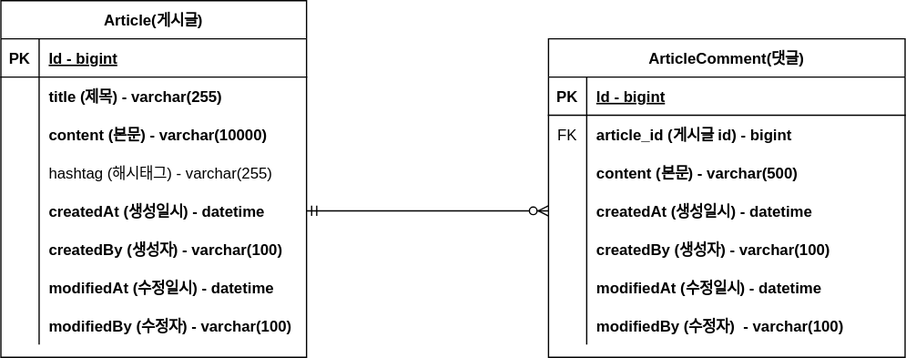
This is document/project-board-erd.svg from oyoungsun/fastcampus-project-board-1, a draw.io export, as it was before one commit. Source tidied: cells renumbered, new cells last; positions are measured from the earlier drawing's top-left corner, leaving out a move shared by most shapes.
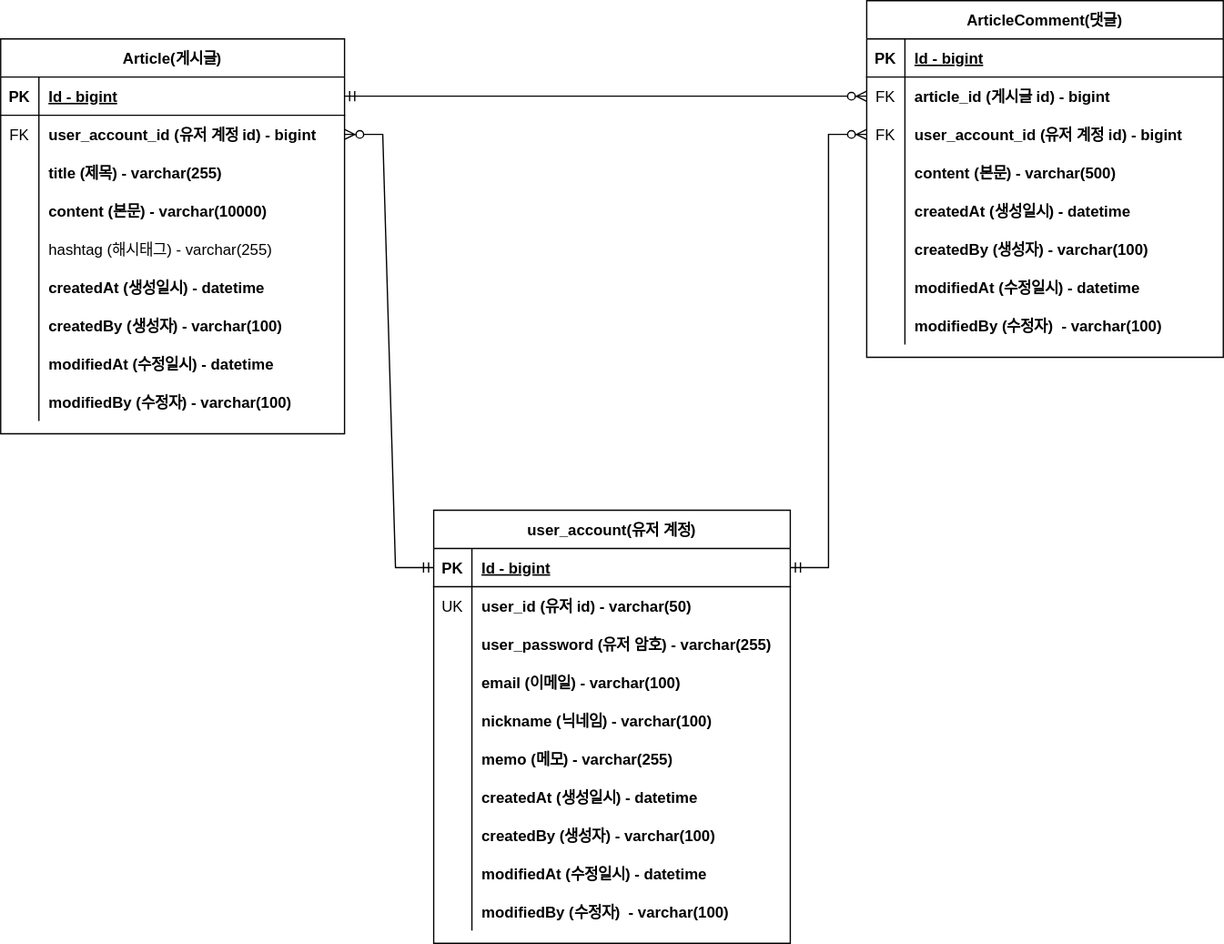
The same diagram one commit later.

Commit message:
#16 - ERD 유저계정 추가 : project-board-erd.svg

The edit, as a diff of the source:
```diff
@@ -3,82 +3,91 @@
     <mxCell id="0" />
     <mxCell id="1" parent="0" />
     <mxCell id="2" value="Article(게시글)" style="shape=table;startSize=30;rowLines=0;fontStyle=1;align=center;" parent="1" vertex="1">
-      <mxGeometry width="240" height="280" as="geometry" />
+      <mxGeometry x="-220" y="-30" width="270" height="310" as="geometry" />
     </mxCell>
     <mxCell id="3" style="shape=tableRow;horizontal=0;startSize=0;swimlaneHead=0;swimlaneBody=0;fillColor=none;points=[[0,0.5],[1,0.5]];portConstraint=eastwest;top=0;left=0;right=0;bottom=1;" parent="2" vertex="1">
-      <mxGeometry y="30" width="240" height="30" as="geometry" />
+      <mxGeometry y="30" width="270" height="30" as="geometry" />
     </mxCell>
     <mxCell id="4" value="PK" style="shape=partialRectangle;fillColor=none;top=0;left=0;bottom=0;right=0;fontStyle=1;overflow=hidden;" parent="3" vertex="1">
       <mxGeometry width="30" height="30" as="geometry" />
     </mxCell>
     <mxCell id="5" value="Id - bigint" style="shape=partialRectangle;fillColor=none;top=0;left=0;bottom=0;right=0;align=left;spacingLeft=6;fontStyle=5;overflow=hidden;" parent="3" vertex="1">
-      <mxGeometry x="30" width="210" height="30" as="geometry" />
+      <mxGeometry x="30" width="240" height="30" as="geometry" />
     </mxCell>
+    <mxCell id="50" style="shape=tableRow;horizontal=0;startSize=0;swimlaneHead=0;swimlaneBody=0;fillColor=none;points=[[0,0.5],[1,0.5]];portConstraint=eastwest;top=0;left=0;right=0;bottom=0;" parent="2" vertex="1">
+      <mxGeometry y="60" width="270" height="30" as="geometry" />
+    </mxCell>
+    <mxCell id="51" value="FK" style="shape=partialRectangle;fillColor=none;top=0;left=0;bottom=0;right=0;overflow=hidden;" parent="50" vertex="1">
+      <mxGeometry width="30" height="30" as="geometry" />
+    </mxCell>
+    <mxCell id="52" value="user_account_id (유저 계정 id) - bigint" style="shape=partialRectangle;fillColor=none;top=0;left=0;bottom=0;right=0;align=left;spacingLeft=6;overflow=hidden;fontStyle=1;" parent="50" vertex="1">
+      <mxGeometry x="30" width="240" height="30" as="geometry" />
+    </mxCell>
     <mxCell id="6" style="shape=tableRow;horizontal=0;startSize=0;swimlaneHead=0;swimlaneBody=0;fillColor=none;top=0;left=0;right=0;bottom=0;" parent="2" vertex="1">
-      <mxGeometry y="60" width="240" height="30" as="geometry" />
+      <mxGeometry y="90" width="270" height="30" as="geometry" />
     </mxCell>
     <mxCell id="7" style="shape=partialRectangle;fillColor=none;top=0;left=0;bottom=0;right=0;overflow=hidden;" parent="6" vertex="1">
       <mxGeometry width="30" height="30" as="geometry" />
     </mxCell>
     <mxCell id="8" value="title (제목) - varchar(255)" style="shape=partialRectangle;fillColor=none;top=0;left=0;bottom=0;right=0;align=left;spacingLeft=6;overflow=hidden;fontStyle=1;" parent="6" vertex="1">
-      <mxGeometry x="30" width="210" height="30" as="geometry" />
+      <mxGeometry x="30" width="240" height="30" as="geometry" />
     </mxCell>
     <mxCell id="9" style="shape=tableRow;horizontal=0;startSize=0;swimlaneHead=0;swimlaneBody=0;fillColor=none;top=0;left=0;right=0;bottom=0;" parent="2" vertex="1">
-      <mxGeometry y="90" width="240" height="30" as="geometry" />
+      <mxGeometry y="120" width="270" height="30" as="geometry" />
     </mxCell>
     <mxCell id="10" style="shape=partialRectangle;fillColor=none;top=0;left=0;bottom=0;right=0;overflow=hidden;" parent="9" vertex="1">
       <mxGeometry width="30" height="30" as="geometry" />
     </mxCell>
     <mxCell id="11" value="content (본문) - varchar(10000)" style="shape=partialRectangle;fillColor=none;top=0;left=0;bottom=0;right=0;align=left;spacingLeft=6;overflow=hidden;fontStyle=1;" parent="9" vertex="1">
-      <mxGeometry x="30" width="210" height="30" as="geometry" />
+      <mxGeometry x="30" width="240" height="30" as="geometry" />
     </mxCell>
     <mxCell id="12" style="shape=tableRow;horizontal=0;startSize=0;swimlaneHead=0;swimlaneBody=0;fillColor=none;top=0;left=0;right=0;bottom=0;" parent="2" vertex="1">
-      <mxGeometry y="120" width="240" height="30" as="geometry" />
+      <mxGeometry y="150" width="270" height="30" as="geometry" />
     </mxCell>
     <mxCell id="13" style="shape=partialRectangle;fillColor=none;top=0;left=0;bottom=0;right=0;overflow=hidden;" parent="12" vertex="1">
       <mxGeometry width="30" height="30" as="geometry" />
     </mxCell>
     <mxCell id="14" value="hashtag (해시태그) - varchar(255)" style="shape=partialRectangle;fillColor=none;top=0;left=0;bottom=0;right=0;align=left;spacingLeft=6;overflow=hidden;" parent="12" vertex="1">
-      <mxGeometry x="30" width="210" height="30" as="geometry" />
+      <mxGeometry x="30" width="240" height="30" as="geometry" />
     </mxCell>
     <mxCell id="15" style="shape=tableRow;horizontal=0;startSize=0;swimlaneHead=0;swimlaneBody=0;fillColor=none;points=[[0,0.5],[1,0.5]];portConstraint=eastwest;top=0;left=0;right=0;bottom=0;" parent="2" vertex="1">
-      <mxGeometry y="150" width="240" height="30" as="geometry" />
+      <mxGeometry y="180" width="270" height="30" as="geometry" />
     </mxCell>
     <mxCell id="16" style="shape=partialRectangle;fillColor=none;top=0;left=0;bottom=0;right=0;overflow=hidden;" parent="15" vertex="1">
       <mxGeometry width="30" height="30" as="geometry" />
     </mxCell>
     <mxCell id="17" value="createdAt (생성일시) - datetime" style="shape=partialRectangle;fillColor=none;top=0;left=0;bottom=0;right=0;align=left;spacingLeft=6;overflow=hidden;fontStyle=1;" parent="15" vertex="1">
-      <mxGeometry x="30" width="210" height="30" as="geometry" />
+      <mxGeometry x="30" width="240" height="30" as="geometry" />
     </mxCell>
     <mxCell id="18" style="shape=tableRow;horizontal=0;startSize=0;swimlaneHead=0;swimlaneBody=0;fillColor=none;top=0;left=0;right=0;bottom=0;" parent="2" vertex="1">
-      <mxGeometry y="180" width="240" height="30" as="geometry" />
+      <mxGeometry y="210" width="270" height="30" as="geometry" />
     </mxCell>
     <mxCell id="19" style="shape=partialRectangle;fillColor=none;top=0;left=0;bottom=0;right=0;overflow=hidden;" parent="18" vertex="1">
       <mxGeometry width="30" height="30" as="geometry" />
     </mxCell>
     <mxCell id="20" value="createdBy (생성자) - varchar(100)" style="shape=partialRectangle;fillColor=none;top=0;left=0;bottom=0;right=0;align=left;spacingLeft=6;overflow=hidden;fontStyle=1;" parent="18" vertex="1">
-      <mxGeometry x="30" width="210" height="30" as="geometry" />
+      <mxGeometry x="30" width="240" height="30" as="geometry" />
     </mxCell>
     <mxCell id="21" style="shape=tableRow;horizontal=0;startSize=0;swimlaneHead=0;swimlaneBody=0;fillColor=none;top=0;left=0;right=0;bottom=0;" parent="2" vertex="1">
-      <mxGeometry y="210" width="240" height="30" as="geometry" />
+      <mxGeometry y="240" width="270" height="30" as="geometry" />
     </mxCell>
     <mxCell id="22" style="shape=partialRectangle;fillColor=none;top=0;left=0;bottom=0;right=0;overflow=hidden;" parent="21" vertex="1">
       <mxGeometry width="30" height="30" as="geometry" />
     </mxCell>
     <mxCell id="23" value="modifiedAt (수정일시) - datetime" style="shape=partialRectangle;fillColor=none;top=0;left=0;bottom=0;right=0;align=left;spacingLeft=6;overflow=hidden;fontStyle=1;" parent="21" vertex="1">
-      <mxGeometry x="30" width="210" height="30" as="geometry" />
+      <mxGeometry x="30" width="240" height="30" as="geometry" />
     </mxCell>
     <mxCell id="24" style="shape=tableRow;horizontal=0;startSize=0;swimlaneHead=0;swimlaneBody=0;fillColor=none;top=0;left=0;right=0;bottom=0;" parent="2" vertex="1">
-      <mxGeometry y="240" width="240" height="30" as="geometry" />
+      <mxGeometry y="270" width="270" height="30" as="geometry" />
     </mxCell>
     <mxCell id="25" style="shape=partialRectangle;fillColor=none;top=0;left=0;bottom=0;right=0;overflow=hidden;" parent="24" vertex="1">
       <mxGeometry width="30" height="30" as="geometry" />
     </mxCell>
     <mxCell id="26" value="modifiedBy (수정자) - varchar(100)" style="shape=partialRectangle;fillColor=none;top=0;left=0;bottom=0;right=0;align=left;spacingLeft=6;overflow=hidden;fontStyle=1;" parent="24" vertex="1">
-      <mxGeometry x="30" width="210" height="30" as="geometry" />
+      <mxGeometry x="30" width="240" height="30" as="geometry" />
     </mxCell>
     <mxCell id="27" value="ArticleComment(댓글)" style="shape=table;startSize=30;rowLines=0;fontStyle=1;align=center;" parent="1" vertex="1">
-      <mxGeometry x="430" y="30" width="280" height="250" as="geometry" />
+      <mxGeometry x="460" y="-60" width="280" height="280" as="geometry" />
     </mxCell>
     <mxCell id="28" style="shape=tableRow;horizontal=0;startSize=0;swimlaneHead=0;swimlaneBody=0;fillColor=none;top=0;left=0;right=0;bottom=1;" parent="27" vertex="1">
       <mxGeometry y="30" width="280" height="30" as="geometry" />
@@ -98,8 +107,17 @@
     <mxCell id="33" value="article_id (게시글 id) - bigint" style="shape=partialRectangle;fillColor=none;top=0;left=0;bottom=0;right=0;align=left;spacingLeft=6;overflow=hidden;fontStyle=1;" parent="31" vertex="1">
       <mxGeometry x="30" width="250" height="30" as="geometry" />
     </mxCell>
+    <mxCell id="53" style="shape=tableRow;horizontal=0;startSize=0;swimlaneHead=0;swimlaneBody=0;fillColor=none;points=[[0,0.5],[1,0.5]];portConstraint=eastwest;top=0;left=0;right=0;bottom=0;" parent="27" vertex="1">
+      <mxGeometry y="90" width="280" height="30" as="geometry" />
+    </mxCell>
+    <mxCell id="54" value="FK" style="shape=partialRectangle;fillColor=none;top=0;left=0;bottom=0;right=0;overflow=hidden;" parent="53" vertex="1">
+      <mxGeometry width="30" height="30" as="geometry" />
+    </mxCell>
+    <mxCell id="55" value="user_account_id (유저 계정 id) - bigint" style="shape=partialRectangle;fillColor=none;top=0;left=0;bottom=0;right=0;align=left;spacingLeft=6;overflow=hidden;fontStyle=1;" parent="53" vertex="1">
+      <mxGeometry x="30" width="250" height="30" as="geometry" />
+    </mxCell>
     <mxCell id="34" style="shape=tableRow;horizontal=0;startSize=0;swimlaneHead=0;swimlaneBody=0;fillColor=none;top=0;left=0;right=0;bottom=0;" parent="27" vertex="1">
-      <mxGeometry y="90" width="280" height="30" as="geometry" />
+      <mxGeometry y="120" width="280" height="30" as="geometry" />
     </mxCell>
     <mxCell id="35" style="shape=partialRectangle;fillColor=none;top=0;left=0;bottom=0;right=0;overflow=hidden;" parent="34" vertex="1">
       <mxGeometry width="30" height="30" as="geometry" />
@@ -108,7 +126,7 @@
       <mxGeometry x="30" width="250" height="30" as="geometry" />
     </mxCell>
     <mxCell id="37" style="shape=tableRow;horizontal=0;startSize=0;swimlaneHead=0;swimlaneBody=0;fillColor=none;points=[[0,0.5],[1,0.5]];portConstraint=eastwest;top=0;left=0;right=0;bottom=0;" parent="27" vertex="1">
-      <mxGeometry y="120" width="280" height="30" as="geometry" />
+      <mxGeometry y="150" width="280" height="30" as="geometry" />
     </mxCell>
     <mxCell id="38" style="shape=partialRectangle;fillColor=none;top=0;left=0;bottom=0;right=0;overflow=hidden;" parent="37" vertex="1">
       <mxGeometry width="30" height="30" as="geometry" />
@@ -117,7 +135,7 @@
       <mxGeometry x="30" width="250" height="30" as="geometry" />
     </mxCell>
     <mxCell id="40" style="shape=tableRow;horizontal=0;startSize=0;swimlaneHead=0;swimlaneBody=0;fillColor=none;top=0;left=0;right=0;bottom=0;" parent="27" vertex="1">
-      <mxGeometry y="150" width="280" height="30" as="geometry" />
+      <mxGeometry y="180" width="280" height="30" as="geometry" />
     </mxCell>
     <mxCell id="41" style="shape=partialRectangle;fillColor=none;top=0;left=0;bottom=0;right=0;overflow=hidden;" parent="40" vertex="1">
       <mxGeometry width="30" height="30" as="geometry" />
@@ -126,7 +144,7 @@
       <mxGeometry x="30" width="250" height="30" as="geometry" />
     </mxCell>
     <mxCell id="43" style="shape=tableRow;horizontal=0;startSize=0;swimlaneHead=0;swimlaneBody=0;fillColor=none;top=0;left=0;right=0;bottom=0;" parent="27" vertex="1">
-      <mxGeometry y="180" width="280" height="30" as="geometry" />
+      <mxGeometry y="210" width="280" height="30" as="geometry" />
     </mxCell>
     <mxCell id="44" style="shape=partialRectangle;fillColor=none;top=0;left=0;bottom=0;right=0;overflow=hidden;" parent="43" vertex="1">
       <mxGeometry width="30" height="30" as="geometry" />
@@ -135,7 +153,7 @@
       <mxGeometry x="30" width="250" height="30" as="geometry" />
     </mxCell>
     <mxCell id="46" style="shape=tableRow;horizontal=0;startSize=0;swimlaneHead=0;swimlaneBody=0;fillColor=none;top=0;left=0;right=0;bottom=0;" parent="27" vertex="1">
-      <mxGeometry y="210" width="280" height="30" as="geometry" />
+      <mxGeometry y="240" width="280" height="30" as="geometry" />
     </mxCell>
     <mxCell id="47" style="shape=partialRectangle;fillColor=none;top=0;left=0;bottom=0;right=0;overflow=hidden;" parent="46" vertex="1">
       <mxGeometry width="30" height="30" as="geometry" />
@@ -143,8 +161,107 @@
     <mxCell id="48" value="modifiedBy (수정자)  - varchar(100)" style="shape=partialRectangle;fillColor=none;top=0;left=0;bottom=0;right=0;align=left;spacingLeft=6;overflow=hidden;fontStyle=1;" parent="46" vertex="1">
       <mxGeometry x="30" width="250" height="30" as="geometry" />
     </mxCell>
-    <mxCell id="49" style="edgeStyle=entityRelationEdgeStyle;fontSize=12;html=1;endArrow=ERzeroToMany;startArrow=ERmandOne;rounded=0;exitX=1;exitY=0.5;exitDx=0;exitDy=0;entryX=0;entryY=0.5;entryDx=0;entryDy=0;" parent="1" edge="1" source="15" target="37">
+    <mxCell id="49" style="edgeStyle=entityRelationEdgeStyle;fontSize=12;html=1;endArrow=ERzeroToMany;startArrow=ERmandOne;rounded=0;" parent="1" edge="1" source="3" target="31">
       <mxGeometry relative="1" as="geometry" />
     </mxCell>
+    <mxCell id="56" value="user_account(유저 계정)" style="shape=table;startSize=30;rowLines=0;fontStyle=1;align=center;" parent="1" vertex="1">
+      <mxGeometry x="120" y="340" width="280" height="340" as="geometry" />
+    </mxCell>
+    <mxCell id="57" style="shape=tableRow;horizontal=0;startSize=0;swimlaneHead=0;swimlaneBody=0;fillColor=none;points=[[0,0.5],[1,0.5]];portConstraint=eastwest;top=0;left=0;right=0;bottom=1;" parent="56" vertex="1">
+      <mxGeometry y="30" width="280" height="30" as="geometry" />
+    </mxCell>
+    <mxCell id="58" value="PK" style="shape=partialRectangle;fillColor=none;top=0;left=0;bottom=0;right=0;fontStyle=1;overflow=hidden;" parent="57" vertex="1">
+      <mxGeometry width="30" height="30" as="geometry" />
+    </mxCell>
+    <mxCell id="59" value="Id - bigint" style="shape=partialRectangle;fillColor=none;top=0;left=0;bottom=0;right=0;align=left;spacingLeft=6;fontStyle=5;overflow=hidden;" parent="57" vertex="1">
+      <mxGeometry x="30" width="250" height="30" as="geometry" />
+    </mxCell>
+    <mxCell id="60" style="shape=tableRow;horizontal=0;startSize=0;swimlaneHead=0;swimlaneBody=0;fillColor=none;top=0;left=0;right=0;bottom=0;" parent="56" vertex="1">
+      <mxGeometry y="60" width="280" height="30" as="geometry" />
+    </mxCell>
+    <mxCell id="61" value="UK" style="shape=partialRectangle;fillColor=none;top=0;left=0;bottom=0;right=0;overflow=hidden;" parent="60" vertex="1">
+      <mxGeometry width="30" height="30" as="geometry" />
+    </mxCell>
+    <mxCell id="62" value="user_id (유저 id) - varchar(50)" style="shape=partialRectangle;fillColor=none;top=0;left=0;bottom=0;right=0;align=left;spacingLeft=6;overflow=hidden;fontStyle=1;" parent="60" vertex="1">
+      <mxGeometry x="30" width="250" height="30" as="geometry" />
+    </mxCell>
+    <mxCell id="63" style="shape=tableRow;horizontal=0;startSize=0;swimlaneHead=0;swimlaneBody=0;fillColor=none;top=0;left=0;right=0;bottom=0;" parent="56" vertex="1">
+      <mxGeometry y="90" width="280" height="30" as="geometry" />
+    </mxCell>
+    <mxCell id="64" style="shape=partialRectangle;fillColor=none;top=0;left=0;bottom=0;right=0;overflow=hidden;" parent="63" vertex="1">
+      <mxGeometry width="30" height="30" as="geometry" />
+    </mxCell>
+    <mxCell id="65" value="user_password (유저 암호) - varchar(255)" style="shape=partialRectangle;fillColor=none;top=0;left=0;bottom=0;right=0;align=left;spacingLeft=6;overflow=hidden;fontStyle=1;" parent="63" vertex="1">
+      <mxGeometry x="30" width="250" height="30" as="geometry" />
+    </mxCell>
+    <mxCell id="66" style="shape=tableRow;horizontal=0;startSize=0;swimlaneHead=0;swimlaneBody=0;fillColor=none;top=0;left=0;right=0;bottom=0;" parent="56" vertex="1">
+      <mxGeometry y="120" width="280" height="30" as="geometry" />
+    </mxCell>
+    <mxCell id="67" style="shape=partialRectangle;fillColor=none;top=0;left=0;bottom=0;right=0;overflow=hidden;" parent="66" vertex="1">
+      <mxGeometry width="30" height="30" as="geometry" />
+    </mxCell>
+    <mxCell id="68" value="email (이메일) - varchar(100)" style="shape=partialRectangle;fillColor=none;top=0;left=0;bottom=0;right=0;align=left;spacingLeft=6;overflow=hidden;fontStyle=1;" parent="66" vertex="1">
+      <mxGeometry x="30" width="250" height="30" as="geometry" />
+    </mxCell>
+    <mxCell id="69" style="shape=tableRow;horizontal=0;startSize=0;swimlaneHead=0;swimlaneBody=0;fillColor=none;top=0;left=0;right=0;bottom=0;" parent="56" vertex="1">
+      <mxGeometry y="150" width="280" height="30" as="geometry" />
+    </mxCell>
+    <mxCell id="70" style="shape=partialRectangle;fillColor=none;top=0;left=0;bottom=0;right=0;overflow=hidden;" parent="69" vertex="1">
+      <mxGeometry width="30" height="30" as="geometry" />
+    </mxCell>
+    <mxCell id="71" value="nickname (닉네임) - varchar(100)" style="shape=partialRectangle;fillColor=none;top=0;left=0;bottom=0;right=0;align=left;spacingLeft=6;overflow=hidden;fontStyle=1;" parent="69" vertex="1">
+      <mxGeometry x="30" width="250" height="30" as="geometry" />
+    </mxCell>
+    <mxCell id="72" style="shape=tableRow;horizontal=0;startSize=0;swimlaneHead=0;swimlaneBody=0;fillColor=none;top=0;left=0;right=0;bottom=0;" parent="56" vertex="1">
+      <mxGeometry y="180" width="280" height="30" as="geometry" />
+    </mxCell>
+    <mxCell id="73" style="shape=partialRectangle;fillColor=none;top=0;left=0;bottom=0;right=0;overflow=hidden;" parent="72" vertex="1">
+      <mxGeometry width="30" height="30" as="geometry" />
+    </mxCell>
+    <mxCell id="74" value="memo (메모) - varchar(255)" style="shape=partialRectangle;fillColor=none;top=0;left=0;bottom=0;right=0;align=left;spacingLeft=6;overflow=hidden;fontStyle=1;" parent="72" vertex="1">
+      <mxGeometry x="30" width="250" height="30" as="geometry" />
+    </mxCell>
+    <mxCell id="75" style="shape=tableRow;horizontal=0;startSize=0;swimlaneHead=0;swimlaneBody=0;fillColor=none;top=0;left=0;right=0;bottom=0;" parent="56" vertex="1">
+      <mxGeometry y="210" width="280" height="30" as="geometry" />
+    </mxCell>
+    <mxCell id="76" style="shape=partialRectangle;fillColor=none;top=0;left=0;bottom=0;right=0;overflow=hidden;" parent="75" vertex="1">
+      <mxGeometry width="30" height="30" as="geometry" />
+    </mxCell>
+    <mxCell id="77" value="createdAt (생성일시) - datetime" style="shape=partialRectangle;fillColor=none;top=0;left=0;bottom=0;right=0;align=left;spacingLeft=6;overflow=hidden;fontStyle=1;" parent="75" vertex="1">
+      <mxGeometry x="30" width="250" height="30" as="geometry" />
+    </mxCell>
+    <mxCell id="78" style="shape=tableRow;horizontal=0;startSize=0;swimlaneHead=0;swimlaneBody=0;fillColor=none;top=0;left=0;right=0;bottom=0;" parent="56" vertex="1">
+      <mxGeometry y="240" width="280" height="30" as="geometry" />
+    </mxCell>
+    <mxCell id="79" style="shape=partialRectangle;fillColor=none;top=0;left=0;bottom=0;right=0;overflow=hidden;" parent="78" vertex="1">
+      <mxGeometry width="30" height="30" as="geometry" />
+    </mxCell>
+    <mxCell id="80" value="createdBy (생성자) - varchar(100)" style="shape=partialRectangle;fillColor=none;top=0;left=0;bottom=0;right=0;align=left;spacingLeft=6;overflow=hidden;fontStyle=1;" parent="78" vertex="1">
+      <mxGeometry x="30" width="250" height="30" as="geometry" />
+    </mxCell>
+    <mxCell id="81" style="shape=tableRow;horizontal=0;startSize=0;swimlaneHead=0;swimlaneBody=0;fillColor=none;top=0;left=0;right=0;bottom=0;" parent="56" vertex="1">
+      <mxGeometry y="270" width="280" height="30" as="geometry" />
+    </mxCell>
+    <mxCell id="82" style="shape=partialRectangle;fillColor=none;top=0;left=0;bottom=0;right=0;overflow=hidden;" parent="81" vertex="1">
+      <mxGeometry width="30" height="30" as="geometry" />
+    </mxCell>
+    <mxCell id="83" value="modifiedAt (수정일시) - datetime" style="shape=partialRectangle;fillColor=none;top=0;left=0;bottom=0;right=0;align=left;spacingLeft=6;overflow=hidden;fontStyle=1;" parent="81" vertex="1">
+      <mxGeometry x="30" width="250" height="30" as="geometry" />
+    </mxCell>
+    <mxCell id="84" style="shape=tableRow;horizontal=0;startSize=0;swimlaneHead=0;swimlaneBody=0;fillColor=none;top=0;left=0;right=0;bottom=0;" parent="56" vertex="1">
+      <mxGeometry y="300" width="280" height="30" as="geometry" />
+    </mxCell>
+    <mxCell id="85" style="shape=partialRectangle;fillColor=none;top=0;left=0;bottom=0;right=0;overflow=hidden;" parent="84" vertex="1">
+      <mxGeometry width="30" height="30" as="geometry" />
+    </mxCell>
+    <mxCell id="86" value="modifiedBy (수정자)  - varchar(100)" style="shape=partialRectangle;fillColor=none;top=0;left=0;bottom=0;right=0;align=left;spacingLeft=6;overflow=hidden;fontStyle=1;" parent="84" vertex="1">
+      <mxGeometry x="30" width="250" height="30" as="geometry" />
+    </mxCell>
+    <mxCell id="87" style="edgeStyle=entityRelationEdgeStyle;fontSize=12;html=1;endArrow=ERzeroToMany;startArrow=ERmandOne;rounded=0;" parent="1" edge="1" source="57" target="50">
+      <mxGeometry relative="1" as="geometry" />
+    </mxCell>
+    <mxCell id="88" style="edgeStyle=entityRelationEdgeStyle;fontSize=12;html=1;endArrow=ERzeroToMany;startArrow=ERmandOne;rounded=0;" parent="1" edge="1" source="57" target="53">
+      <mxGeometry relative="1" as="geometry" />
+    </mxCell>
   </root>
 </mxGraphModel>
```
